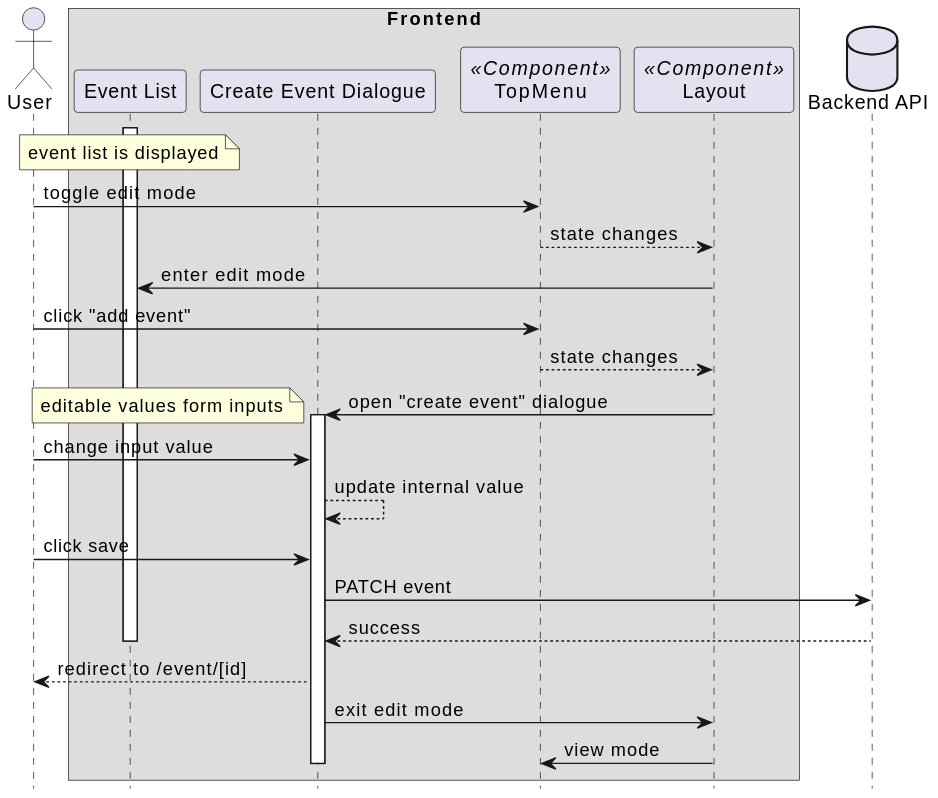
Above: docs/sequencediagrams/svg/add_event.svg in Modern-MISP/frontend (PlantUML), before the change. The source it was exported from:
```plantuml
@startuml
hide footbox

actor User as user
box "Frontend"
participant "Event List" as eventlist
participant "Create Event Dialogue" as createdialogue
participant TopMenu as topmenu <<Component>>
participant Layout as layout <<Component>>
end box
database "Backend API" as api

note over eventlist : event list is displayed

activate eventlist
user -> topmenu : toggle edit mode
topmenu --> layout : state changes
layout -> eventlist : enter edit mode
user -> topmenu : click "add event"
topmenu --> layout : state changes
layout -> createdialogue : open "create event" dialogue
activate createdialogue
note left : editable values form inputs
user -> createdialogue : change input value
createdialogue --> createdialogue : update internal value

user -> createdialogue : click save
createdialogue -> api : PATCH event
api --> createdialogue : success
deactivate eventlist
createdialogue --> user : redirect to /event/[id]
createdialogue -> layout : exit edit mode
layout -> topmenu : view mode
deactivate createdialogue
@enduml
```
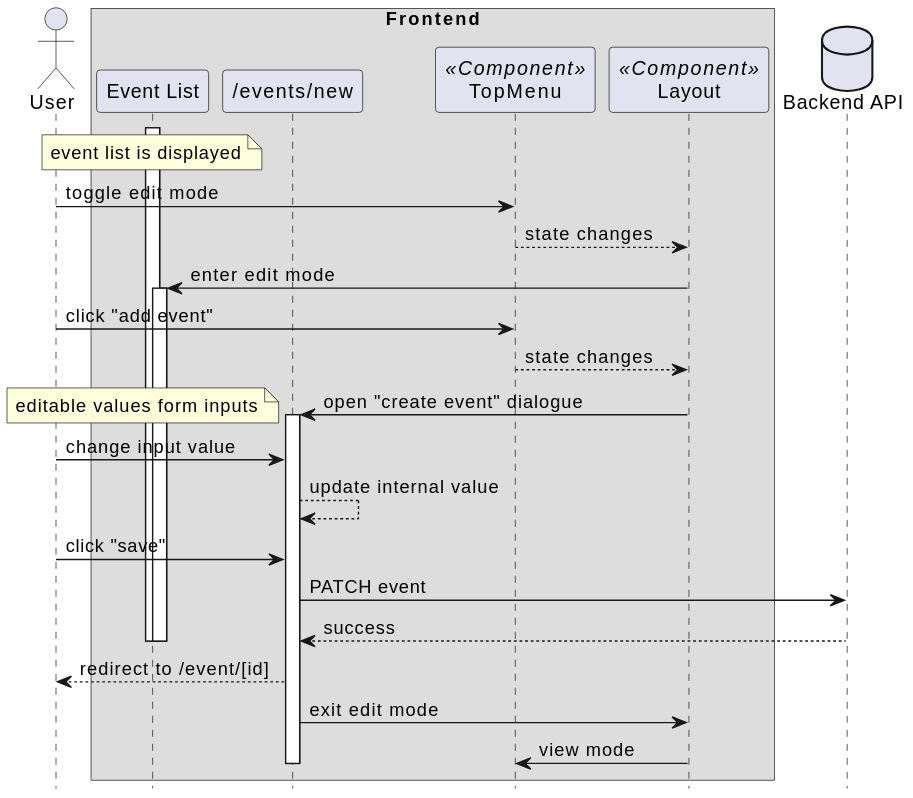
Later version of the same file.

Change to the diagram source:
```diff
@@ -4,7 +4,7 @@
 actor User as user
 box "Frontend"
 participant "Event List" as eventlist
-participant "Create Event Dialogue" as createdialogue
+participant "/events/new" as createdialogue
 participant TopMenu as topmenu <<Component>>
 participant Layout as layout <<Component>>
 end box
@@ -16,6 +16,7 @@
 user -> topmenu : toggle edit mode
 topmenu --> layout : state changes
 layout -> eventlist : enter edit mode
+activate eventlist
 user -> topmenu : click "add event"
 topmenu --> layout : state changes
 layout -> createdialogue : open "create event" dialogue
@@ -24,9 +25,10 @@
 user -> createdialogue : change input value
 createdialogue --> createdialogue : update internal value
 
-user -> createdialogue : click save
+user -> createdialogue : click "save"
 createdialogue -> api : PATCH event
 api --> createdialogue : success
+deactivate eventlist
 deactivate eventlist
 createdialogue --> user : redirect to /event/[id]
 createdialogue -> layout : exit edit mode
```
